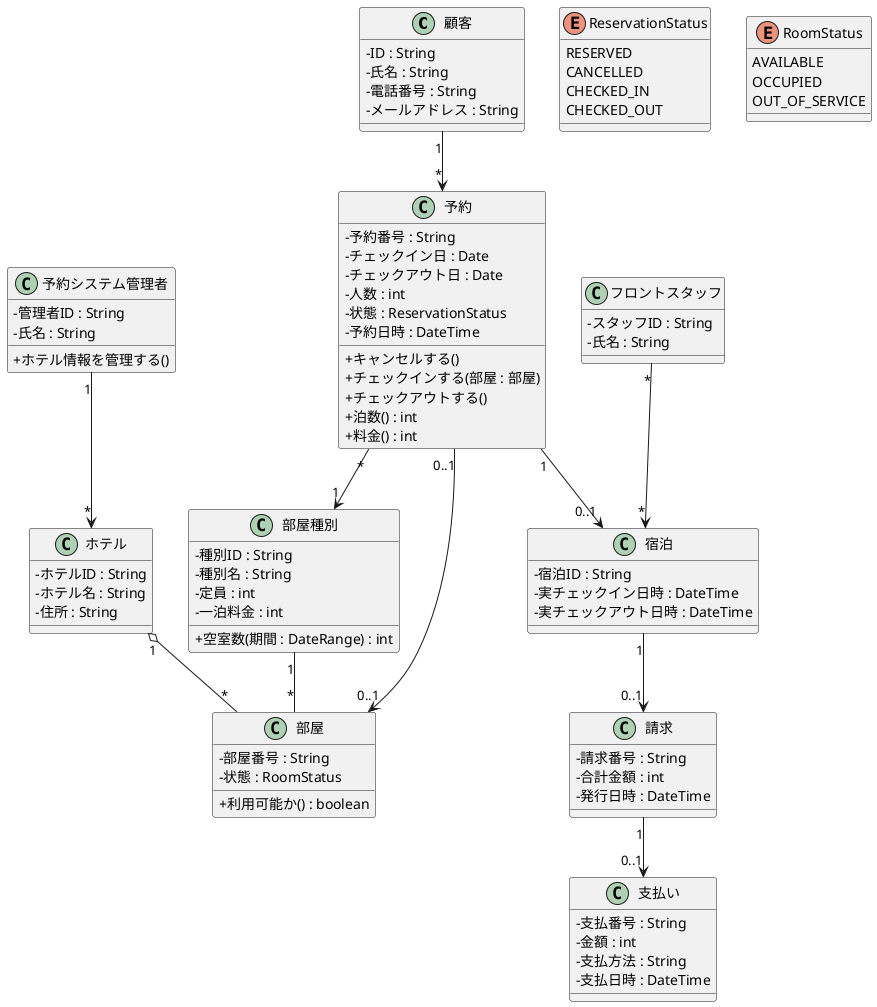
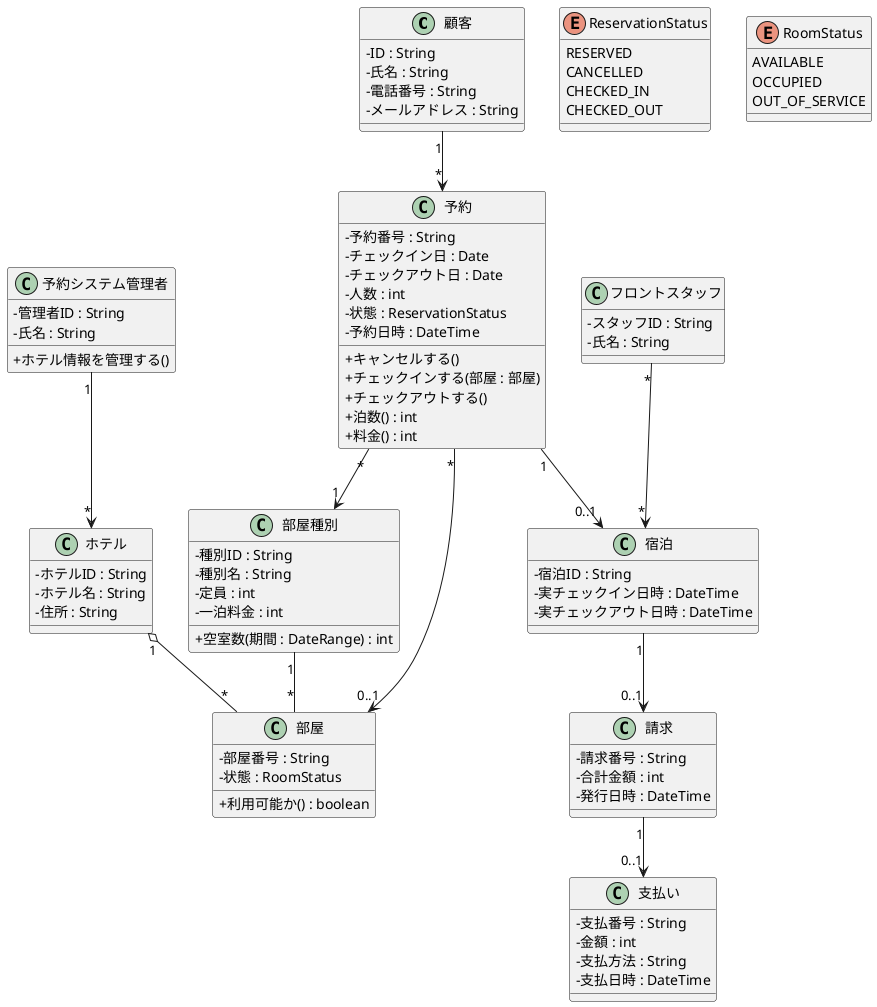
@startuml
skinparam classAttributeIconSize 0

class 顧客 {
  - ID : String
  - 氏名 : String
  - 電話番号 : String
  - メールアドレス : String
}

class 予約システム管理者 {
  - 管理者ID : String
  - 氏名 : String

  + ホテル情報を管理する()
}

class フロントスタッフ {
  - スタッフID : String
  - 氏名 : String
}

class ホテル {
  - ホテルID : String
  - ホテル名 : String
  - 住所 : String
}

class 部屋種別 {
  - 種別ID : String
  - 種別名 : String
  - 定員 : int
  - 一泊料金 : int
  + 空室数(期間 : DateRange) : int
}

class 部屋 {
  - 部屋番号 : String
  - 状態 : RoomStatus
  + 利用可能か() : boolean
}

class 予約 {
  - 予約番号 : String
  - チェックイン日 : Date
  - チェックアウト日 : Date
  - 人数 : int
  - 状態 : ReservationStatus
  - 予約日時 : DateTime
  + キャンセルする()
  + チェックインする(部屋 : 部屋)
  + チェックアウトする()
  + 泊数() : int
  + 料金() : int
}

class 宿泊 {
  - 宿泊ID : String
  - 実チェックイン日時 : DateTime
  - 実チェックアウト日時 : DateTime
}

class 請求 {
  - 請求番号 : String
  - 合計金額 : int
  - 発行日時 : DateTime
}

class 支払い {
  - 支払番号 : String
  - 金額 : int
  - 支払方法 : String
  - 支払日時 : DateTime
}

enum ReservationStatus {
  RESERVED
  CANCELLED
  CHECKED_IN
  CHECKED_OUT
}

enum RoomStatus {
  AVAILABLE
  OCCUPIED
  OUT_OF_SERVICE
}

ホテル      "1"    o-- "*"    部屋
部屋種別    "1"    --  "*"    部屋
顧客        "1"    --> "*"    予約
予約        "*"    --> "1"    部屋種別
- 予約        "0..1" --> "0..1" 部屋
+ 予約        "*"    --> "0..1" 部屋
予約        "1"    --> "0..1" 宿泊
宿泊        "1"    --> "0..1" 請求
請求        "1"    --> "0..1" 支払い
予約システム管理者 "1" --> "*" ホテル
フロントスタッフ "*" --> "*" 宿泊
@enduml
